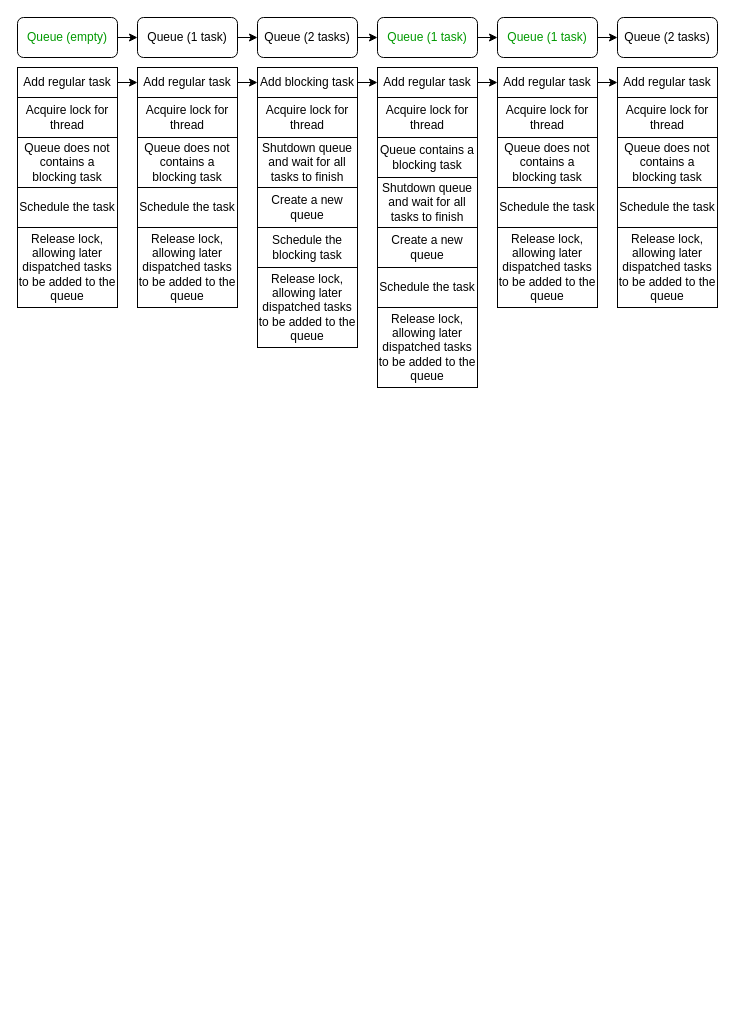
The draw.io diagram Untitled Diagram.drawio in DanGavrielov/diagrams, before the edit. Source tidied: cells renumbered, new cells numbered last; positions are measured from the earlier drawing's top-left corner, leaving out a move shared by most shapes. Both pictures are drawn from the tidied source at 100%, with x=0, y=0 at pixel (17, 17).
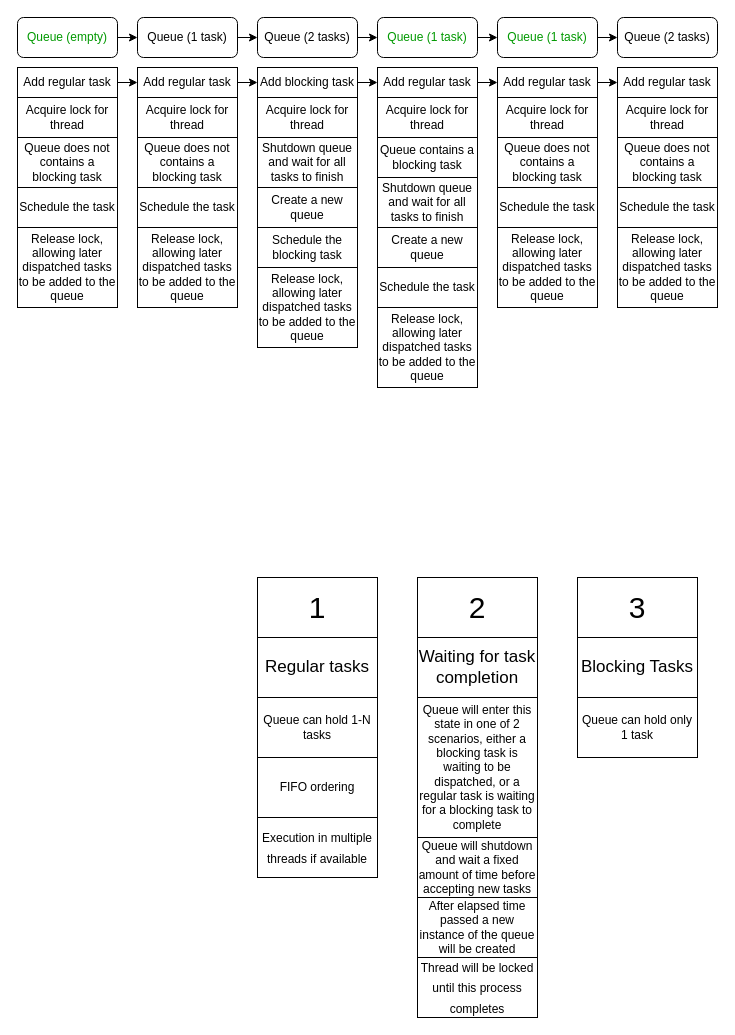
The same page after the edit.

What changed in the source:
```diff
@@
+    <mxCell id="51" value="&lt;font color=&quot;#000000&quot;&gt;&lt;font style=&quot;font-size: 17px;&quot;&gt;Regular tasks&lt;/font&gt;&lt;br&gt;&lt;/font&gt;" style="rounded=0;whiteSpace=wrap;html=1;fontColor=#009900;" parent="1" vertex="1">
+      <mxGeometry x="240" y="620" width="120" height="60" as="geometry" />
+    </mxCell>
+    <mxCell id="52" value="Queue can hold 1-N tasks" style="rounded=0;whiteSpace=wrap;html=1;fontColor=#000000;" parent="1" vertex="1">
+      <mxGeometry x="240" y="680" width="120" height="60" as="geometry" />
+    </mxCell>
+    <mxCell id="53" value="FIFO ordering" style="rounded=0;whiteSpace=wrap;html=1;fontColor=#000000;" parent="1" vertex="1">
+      <mxGeometry x="240" y="740" width="120" height="60" as="geometry" />
+    </mxCell>
+    <mxCell id="54" value="&lt;span style=&quot;font-size: 12px;&quot;&gt;Execution in multiple threads if available&lt;/span&gt;" style="rounded=0;whiteSpace=wrap;html=1;fontSize=17;fontColor=#000000;" parent="1" vertex="1">
+      <mxGeometry x="240" y="800" width="120" height="60" as="geometry" />
+    </mxCell>
+    <mxCell id="55" value="&lt;font color=&quot;#000000&quot;&gt;&lt;font style=&quot;font-size: 17px;&quot;&gt;Blocking Tasks&lt;/font&gt;&lt;br&gt;&lt;/font&gt;" style="rounded=0;whiteSpace=wrap;html=1;fontColor=#009900;" parent="1" vertex="1">
+      <mxGeometry x="560" y="620" width="120" height="60" as="geometry" />
+    </mxCell>
+    <mxCell id="56" value="Queue can hold only 1 task" style="rounded=0;whiteSpace=wrap;html=1;fontColor=#000000;" parent="1" vertex="1">
+      <mxGeometry x="560" y="680" width="120" height="60" as="geometry" />
+    </mxCell>
+    <mxCell id="57" value="&lt;font color=&quot;#000000&quot;&gt;&lt;font style=&quot;font-size: 17px;&quot;&gt;Waiting for task completion&lt;/font&gt;&lt;br&gt;&lt;/font&gt;" style="rounded=0;whiteSpace=wrap;html=1;fontColor=#009900;" parent="1" vertex="1">
+      <mxGeometry x="400" y="620" width="120" height="60" as="geometry" />
+    </mxCell>
+    <mxCell id="58" value="Queue will shutdown and wait a fixed amount of time before accepting new tasks" style="rounded=0;whiteSpace=wrap;html=1;fontColor=#000000;" parent="1" vertex="1">
+      <mxGeometry x="400" y="820" width="120" height="60" as="geometry" />
+    </mxCell>
+    <mxCell id="59" value="After elapsed time passed a new instance of the queue will be created" style="rounded=0;whiteSpace=wrap;html=1;fontColor=#000000;" parent="1" vertex="1">
+      <mxGeometry x="400" y="880" width="120" height="60" as="geometry" />
+    </mxCell>
+    <mxCell id="60" value="&lt;span style=&quot;font-size: 12px;&quot;&gt;Thread will be locked until this process completes&lt;/span&gt;" style="rounded=0;whiteSpace=wrap;html=1;fontSize=17;fontColor=#000000;" parent="1" vertex="1">
+      <mxGeometry x="400" y="940" width="120" height="60" as="geometry" />
+    </mxCell>
+    <mxCell id="61" value="Queue will enter this state in one of 2 scenarios, either a blocking task is waiting to be dispatched, or a regular task is waiting for a blocking task to complete" style="rounded=0;whiteSpace=wrap;html=1;fontSize=12;fontColor=#000000;" parent="1" vertex="1">
+      <mxGeometry x="400" y="680" width="120" height="140" as="geometry" />
+    </mxCell>
+    <mxCell id="62" value="&lt;font style=&quot;font-size: 30px;&quot;&gt;1&lt;/font&gt;" style="rounded=0;whiteSpace=wrap;html=1;fontSize=12;fontColor=#000000;" parent="1" vertex="1">
+      <mxGeometry x="240" y="560" width="120" height="60" as="geometry" />
+    </mxCell>
+    <mxCell id="63" value="&lt;font style=&quot;font-size: 30px;&quot;&gt;2&lt;/font&gt;" style="rounded=0;whiteSpace=wrap;html=1;fontSize=12;fontColor=#000000;" parent="1" vertex="1">
+      <mxGeometry x="400" y="560" width="120" height="60" as="geometry" />
+    </mxCell>
+    <mxCell id="64" value="&lt;font style=&quot;font-size: 30px;&quot;&gt;3&lt;/font&gt;" style="rounded=0;whiteSpace=wrap;html=1;fontSize=12;fontColor=#000000;" parent="1" vertex="1">
+      <mxGeometry x="560" y="560" width="120" height="60" as="geometry" />
+    </mxCell>
```
